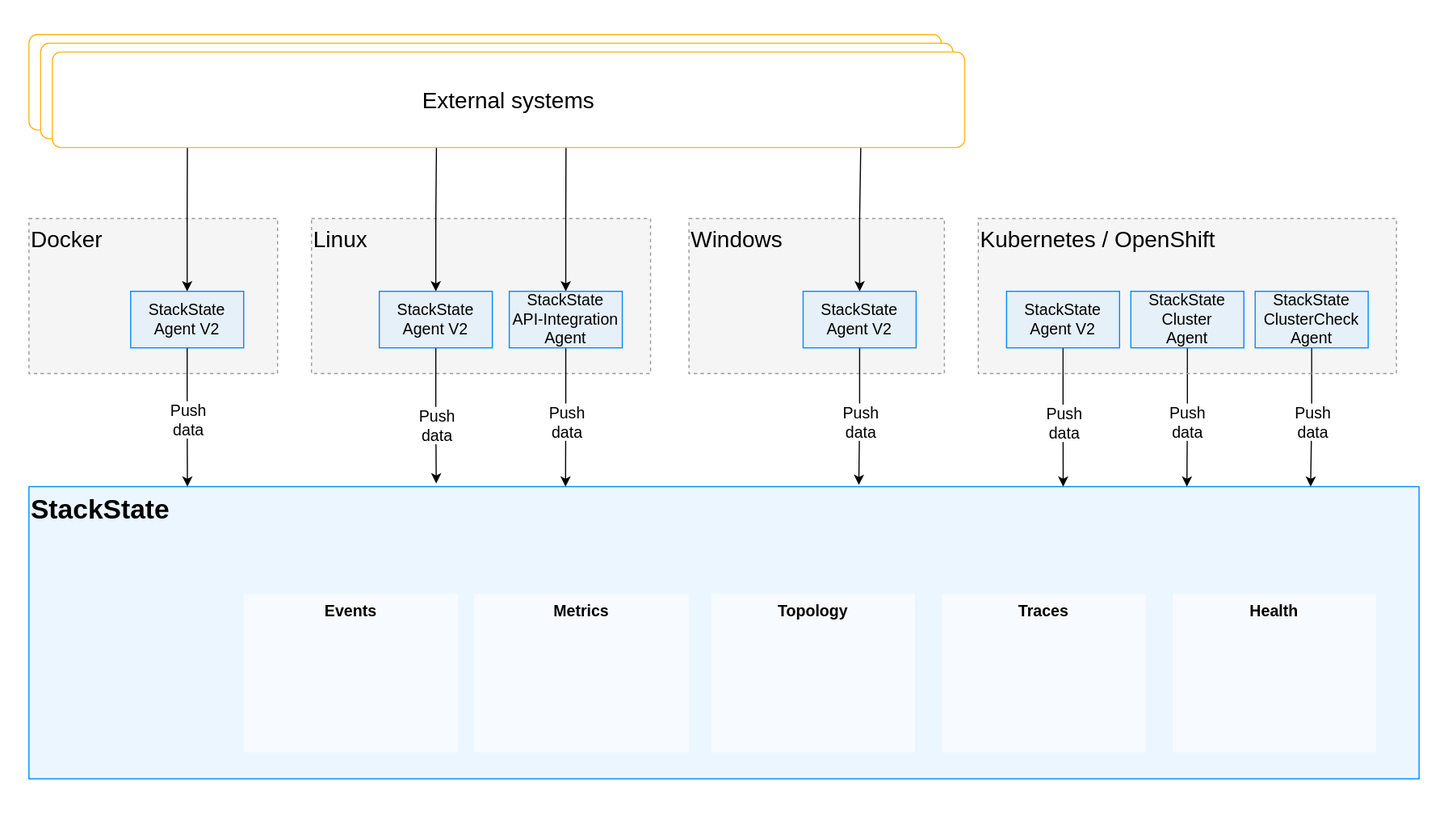
Before: .gitbook/assets/stackstate-agent.svg, a diagram exported from draw.io (StackVista/stackstate-docs). Source tidied: cells renumbered, new cells last; positions are measured from the earlier drawing's top-left corner, leaving out a move shared by most shapes.
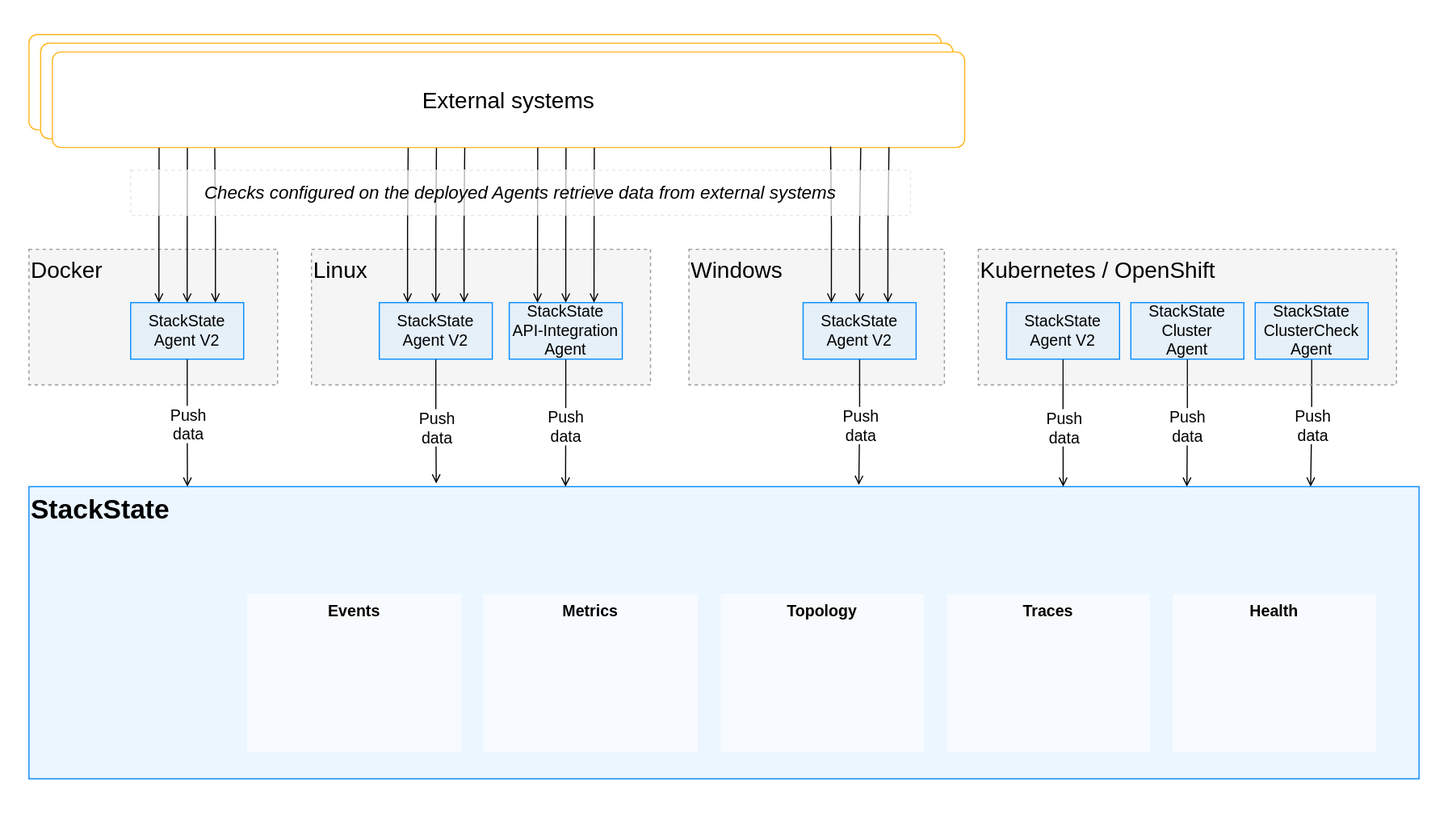
Later version of the same file.

The edit, as a diff of the source:
```diff
@@ -7,3 +7,3 @@
     </mxCell>
-    <mxCell id="3" value="&lt;span style=&quot;font-style: normal&quot;&gt;&lt;font style=&quot;font-size: 24px&quot;&gt;&lt;b&gt;StackState&lt;/b&gt;&lt;/font&gt;&lt;br&gt;&lt;/span&gt;" style="rounded=0;whiteSpace=wrap;html=1;strokeWidth=1;strokeColor=#008AFF;fontStyle=2;fillColor=#CCE8FF;fillOpacity=40;verticalAlign=top;align=left;" parent="1" vertex="1">
+    <mxCell id="3" value="&lt;span style=&quot;font-style: normal&quot;&gt;&lt;font style=&quot;font-size: 24px&quot;&gt;&lt;b&gt;StackState&lt;/b&gt;&lt;/font&gt;&lt;br&gt;&lt;/span&gt;" style="rounded=0;whiteSpace=wrap;html=1;strokeWidth=1;strokeColor=#008AFF;fontStyle=2;fillColor=#CCE8FF;fillOpacity=40;verticalAlign=top;align=left;snapToPoint=0;labelPadding=0;" parent="1" vertex="1">
       <mxGeometry x="25" y="430" width="1230" height="258.5" as="geometry" />
@@ -11,9 +11,9 @@
     <mxCell id="4" value="&lt;b style=&quot;color: rgb(0 , 0 , 0) ; font-family: &amp;#34;helvetica&amp;#34; ; font-style: normal ; letter-spacing: normal ; text-indent: 0px ; text-transform: none ; word-spacing: 0px ; background-color: rgb(248 , 249 , 250)&quot;&gt;&lt;font style=&quot;font-size: 14px&quot;&gt;Topology&lt;/font&gt;&lt;/b&gt;" style="text;whiteSpace=wrap;html=1;fillColor=#ffffff;fillOpacity=60;rounded=0;align=center;" parent="1" vertex="1">
-      <mxGeometry x="629" y="525" width="180" height="140" as="geometry" />
+      <mxGeometry x="637" y="525" width="180" height="140" as="geometry" />
     </mxCell>
     <mxCell id="5" value="&lt;div&gt;&lt;/div&gt;&lt;div style=&quot;font-size: 10px&quot;&gt;&lt;/div&gt;&lt;font face=&quot;helvetica&quot; size=&quot;1&quot;&gt;&lt;b style=&quot;font-size: 14px&quot;&gt;Metrics&lt;/b&gt;&lt;br&gt;&lt;/font&gt;" style="text;whiteSpace=wrap;html=1;fillColor=#ffffff;fillOpacity=60;align=center;verticalAlign=top;" parent="1" vertex="1">
-      <mxGeometry x="419" y="525" width="190" height="140" as="geometry" />
+      <mxGeometry x="427" y="525" width="190" height="140" as="geometry" />
     </mxCell>
     <mxCell id="6" value="&lt;b style=&quot;color: rgb(0 , 0 , 0) ; font-family: &amp;#34;helvetica&amp;#34; ; font-style: normal ; letter-spacing: normal ; text-align: center ; text-indent: 0px ; text-transform: none ; word-spacing: 0px ; background-color: rgb(248 , 249 , 250) ; font-size: 14px&quot;&gt;Events&lt;/b&gt;" style="text;whiteSpace=wrap;html=1;fillColor=#ffffff;fillOpacity=60;align=center;verticalAlign=top;" parent="1" vertex="1">
-      <mxGeometry x="215" y="525" width="190" height="140" as="geometry" />
+      <mxGeometry x="218" y="525" width="190" height="140" as="geometry" />
     </mxCell>
@@ -29,3 +29,3 @@
     <mxCell id="10" value="&lt;b style=&quot;color: rgb(0 , 0 , 0) ; font-family: &amp;#34;helvetica&amp;#34; ; font-style: normal ; letter-spacing: normal ; text-indent: 0px ; text-transform: none ; word-spacing: 0px ; background-color: rgb(248 , 249 , 250)&quot;&gt;&lt;font style=&quot;font-size: 14px&quot;&gt;Traces&lt;/font&gt;&lt;/b&gt;" style="text;whiteSpace=wrap;html=1;fillColor=#ffffff;fillOpacity=60;rounded=0;align=center;" parent="1" vertex="1">
-      <mxGeometry x="833" y="525" width="180" height="140" as="geometry" />
+      <mxGeometry x="837" y="525" width="180" height="140" as="geometry" />
     </mxCell>
@@ -35,11 +35,11 @@
     <mxCell id="12" value="&lt;font style=&quot;font-size: 20px&quot;&gt;Docker&lt;/font&gt;" style="rounded=0;whiteSpace=wrap;html=1;align=left;arcSize=9;verticalAlign=top;strokeColor=#999999;dashed=1;fillColor=#999999;fillOpacity=10;" parent="1" vertex="1">
-      <mxGeometry x="25" y="192.8" width="220" height="137.2" as="geometry" />
+      <mxGeometry x="25" y="220" width="220" height="120" as="geometry" />
     </mxCell>
     <mxCell id="13" value="&lt;font style=&quot;font-size: 20px&quot;&gt;Linux&lt;/font&gt;" style="rounded=0;whiteSpace=wrap;html=1;align=left;arcSize=9;verticalAlign=top;strokeColor=#999999;dashed=1;fillColor=#999999;fillOpacity=10;" parent="1" vertex="1">
-      <mxGeometry x="275" y="192.8" width="300" height="137.2" as="geometry" />
+      <mxGeometry x="275" y="220" width="300" height="120" as="geometry" />
     </mxCell>
     <mxCell id="14" value="&lt;font style=&quot;font-size: 20px&quot;&gt;Windows&lt;/font&gt;" style="rounded=0;whiteSpace=wrap;html=1;align=left;arcSize=9;verticalAlign=top;strokeColor=#999999;dashed=1;fillColor=#999999;fillOpacity=10;" parent="1" vertex="1">
-      <mxGeometry x="609" y="192.8" width="226" height="137.2" as="geometry" />
+      <mxGeometry x="609" y="220" width="226" height="120" as="geometry" />
     </mxCell>
-    <mxCell id="15" style="edgeStyle=orthogonalEdgeStyle;rounded=0;jettySize=auto;html=1;entryX=0.597;entryY=-0.006;entryDx=0;entryDy=0;entryPerimeter=0;" parent="1" edge="1" source="18" target="3">
+    <mxCell id="15" style="edgeStyle=orthogonalEdgeStyle;rounded=0;jettySize=auto;html=1;entryX=0.597;entryY=-0.006;entryDx=0;entryDy=0;entryPerimeter=0;endArrow=open;endFill=0;" parent="1" edge="1" source="18" target="3">
       <mxGeometry relative="1" as="geometry" />
@@ -51,3 +51,3 @@
     </mxCell>
-    <mxCell id="17" style="edgeStyle=orthogonalEdgeStyle;rounded=0;jettySize=auto;html=1;exitX=0.5;exitY=0;exitDx=0;exitDy=0;startArrow=classic;startFill=1;endArrow=none;endFill=0;" parent="1" edge="1" source="18">
+    <mxCell id="17" style="edgeStyle=orthogonalEdgeStyle;rounded=0;jettySize=auto;html=1;exitX=0.5;exitY=0;exitDx=0;exitDy=0;startArrow=open;startFill=0;endArrow=none;endFill=0;" parent="1" edge="1" source="18">
       <mxGeometry relative="1" as="geometry">
@@ -57,5 +57,5 @@
     <mxCell id="18" value="&lt;span style=&quot;font-style: normal&quot;&gt;&lt;font style=&quot;font-size: 14px&quot;&gt;StackState&lt;br&gt;Agent V2&lt;/font&gt;&lt;/span&gt;" style="rounded=0;whiteSpace=wrap;html=1;strokeWidth=1;strokeColor=#008AFF;fontStyle=2;fillColor=#CCE8FF;fillOpacity=40;" parent="1" vertex="1">
-      <mxGeometry x="710" y="257.2" width="100" height="50" as="geometry" />
+      <mxGeometry x="710" y="267.2" width="100" height="50" as="geometry" />
     </mxCell>
-    <mxCell id="19" style="edgeStyle=orthogonalEdgeStyle;rounded=0;jettySize=auto;html=1;exitX=0.5;exitY=1;exitDx=0;exitDy=0;entryX=0.293;entryY=-0.011;entryDx=0;entryDy=0;entryPerimeter=0;" parent="1" edge="1" source="22" target="3">
+    <mxCell id="19" style="edgeStyle=orthogonalEdgeStyle;rounded=0;jettySize=auto;html=1;exitX=0.5;exitY=1;exitDx=0;exitDy=0;entryX=0.293;entryY=-0.011;entryDx=0;entryDy=0;entryPerimeter=0;endArrow=open;endFill=0;" parent="1" edge="1" source="22" target="3">
       <mxGeometry relative="1" as="geometry" />
@@ -67,3 +67,3 @@
     </mxCell>
-    <mxCell id="21" style="edgeStyle=orthogonalEdgeStyle;rounded=0;jettySize=auto;html=1;exitX=0.5;exitY=0;exitDx=0;exitDy=0;entryX=0.421;entryY=0.998;entryDx=0;entryDy=0;entryPerimeter=0;startArrow=classic;startFill=1;endArrow=none;endFill=0;" parent="1" edge="1" source="22" target="40">
+    <mxCell id="21" style="edgeStyle=orthogonalEdgeStyle;rounded=0;jettySize=auto;html=1;exitX=0.5;exitY=0;exitDx=0;exitDy=0;entryX=0.421;entryY=0.998;entryDx=0;entryDy=0;entryPerimeter=0;startArrow=open;startFill=0;endArrow=none;endFill=0;" parent="1" edge="1" source="22" target="40">
       <mxGeometry relative="1" as="geometry" />
@@ -71,5 +71,5 @@
     <mxCell id="22" value="&lt;span style=&quot;font-style: normal&quot;&gt;&lt;font style=&quot;font-size: 14px&quot;&gt;StackState&lt;br&gt;Agent V2&lt;/font&gt;&lt;/span&gt;" style="rounded=0;whiteSpace=wrap;html=1;strokeWidth=1;strokeColor=#008AFF;fontStyle=2;fillColor=#CCE8FF;fillOpacity=40;" parent="1" vertex="1">
-      <mxGeometry x="335" y="257.2" width="100" height="50" as="geometry" />
+      <mxGeometry x="335" y="267.2" width="100" height="50" as="geometry" />
     </mxCell>
-    <mxCell id="23" style="edgeStyle=orthogonalEdgeStyle;rounded=0;jettySize=auto;html=1;entryX=0.386;entryY=0;entryDx=0;entryDy=0;entryPerimeter=0;" parent="1" edge="1" source="26" target="3">
+    <mxCell id="23" style="edgeStyle=orthogonalEdgeStyle;rounded=0;jettySize=auto;html=1;entryX=0.386;entryY=0;entryDx=0;entryDy=0;entryPerimeter=0;endArrow=open;endFill=0;" parent="1" edge="1" source="26" target="3">
       <mxGeometry relative="1" as="geometry" />
@@ -81,3 +81,3 @@
     </mxCell>
-    <mxCell id="25" style="edgeStyle=orthogonalEdgeStyle;rounded=0;jettySize=auto;html=1;exitX=0.5;exitY=0;exitDx=0;exitDy=0;startArrow=classic;startFill=1;endArrow=none;endFill=0;entryX=0.563;entryY=1;entryDx=0;entryDy=0;entryPerimeter=0;" parent="1" edge="1" source="26" target="40">
+    <mxCell id="25" style="edgeStyle=orthogonalEdgeStyle;rounded=0;jettySize=auto;html=1;exitX=0.5;exitY=0;exitDx=0;exitDy=0;startArrow=open;startFill=0;endArrow=none;endFill=0;entryX=0.563;entryY=1;entryDx=0;entryDy=0;entryPerimeter=0;" parent="1" edge="1" source="26" target="40">
       <mxGeometry relative="1" as="geometry" />
@@ -85,5 +85,5 @@
     <mxCell id="26" value="&lt;span style=&quot;font-size: 14px ; font-style: normal&quot;&gt;StackState&lt;br&gt;API-Integration Agent&lt;/span&gt;" style="rounded=0;whiteSpace=wrap;html=1;strokeWidth=1;strokeColor=#008AFF;fontStyle=2;fillColor=#CCE8FF;fillOpacity=40;" parent="1" vertex="1">
-      <mxGeometry x="450" y="257.2" width="100" height="50" as="geometry" />
+      <mxGeometry x="450" y="267.2" width="100" height="50" as="geometry" />
     </mxCell>
-    <mxCell id="27" style="edgeStyle=orthogonalEdgeStyle;rounded=0;jettySize=auto;html=1;entryX=0.114;entryY=0;entryDx=0;entryDy=0;entryPerimeter=0;" parent="1" edge="1" source="30" target="3">
+    <mxCell id="27" style="edgeStyle=orthogonalEdgeStyle;rounded=0;jettySize=auto;html=1;entryX=0.114;entryY=0;entryDx=0;entryDy=0;entryPerimeter=0;endArrow=open;endFill=0;" parent="1" edge="1" source="30" target="3">
       <mxGeometry relative="1" as="geometry" />
@@ -95,3 +95,3 @@
     </mxCell>
-    <mxCell id="29" style="edgeStyle=orthogonalEdgeStyle;rounded=0;jettySize=auto;html=1;exitX=0.5;exitY=0;exitDx=0;exitDy=0;endArrow=none;endFill=0;startArrow=classic;startFill=1;entryX=0.148;entryY=1;entryDx=0;entryDy=0;entryPerimeter=0;" parent="1" edge="1" source="30" target="40">
+    <mxCell id="29" style="edgeStyle=orthogonalEdgeStyle;rounded=0;jettySize=auto;html=1;exitX=0.5;exitY=0;exitDx=0;exitDy=0;endArrow=none;endFill=0;startArrow=open;startFill=0;entryX=0.148;entryY=1;entryDx=0;entryDy=0;entryPerimeter=0;" parent="1" edge="1" source="30" target="40">
       <mxGeometry relative="1" as="geometry" />
@@ -99,5 +99,5 @@
     <mxCell id="30" value="&lt;span style=&quot;font-style: normal&quot;&gt;&lt;font style=&quot;font-size: 14px&quot;&gt;StackState&lt;br&gt;Agent V2&lt;/font&gt;&lt;/span&gt;" style="rounded=0;whiteSpace=wrap;html=1;strokeWidth=1;strokeColor=#008AFF;fontStyle=2;fillColor=#CCE8FF;fillOpacity=40;" parent="1" vertex="1">
-      <mxGeometry x="115" y="257.2" width="100" height="50" as="geometry" />
+      <mxGeometry x="115" y="267.2" width="100" height="50" as="geometry" />
     </mxCell>
-    <mxCell id="31" style="edgeStyle=orthogonalEdgeStyle;rounded=0;jettySize=auto;html=1;entryX=0.744;entryY=0;entryDx=0;entryDy=0;entryPerimeter=0;" parent="1" edge="1" source="43" target="3">
+    <mxCell id="31" style="edgeStyle=orthogonalEdgeStyle;rounded=0;jettySize=auto;html=1;entryX=0.744;entryY=0;entryDx=0;entryDy=0;entryPerimeter=0;endArrow=open;endFill=0;" parent="1" edge="1" source="43" target="3">
       <mxGeometry relative="1" as="geometry" />
@@ -109,3 +109,3 @@
     </mxCell>
-    <mxCell id="33" style="edgeStyle=orthogonalEdgeStyle;rounded=0;jettySize=auto;html=1;exitX=0.5;exitY=1;exitDx=0;exitDy=0;entryX=0.833;entryY=0;entryDx=0;entryDy=0;entryPerimeter=0;" parent="1" edge="1" source="44" target="3">
+    <mxCell id="33" style="edgeStyle=orthogonalEdgeStyle;rounded=0;jettySize=auto;html=1;exitX=0.5;exitY=1;exitDx=0;exitDy=0;entryX=0.833;entryY=0;entryDx=0;entryDy=0;entryPerimeter=0;endArrow=open;endFill=0;" parent="1" edge="1" source="44" target="3">
       <mxGeometry relative="1" as="geometry" />
@@ -117,3 +117,3 @@
     </mxCell>
-    <mxCell id="35" style="edgeStyle=orthogonalEdgeStyle;rounded=0;jettySize=auto;html=1;entryX=0.922;entryY=0;entryDx=0;entryDy=0;entryPerimeter=0;" parent="1" edge="1" source="45" target="3">
+    <mxCell id="35" style="edgeStyle=orthogonalEdgeStyle;rounded=0;jettySize=auto;html=1;entryX=0.922;entryY=0;entryDx=0;entryDy=0;entryPerimeter=0;endArrow=open;endFill=0;" parent="1" edge="1" source="45" target="3">
       <mxGeometry relative="1" as="geometry" />
@@ -138,6 +138,6 @@
     <mxCell id="41" value="&lt;font style=&quot;font-size: 20px&quot;&gt;Kubernetes / OpenShift&lt;/font&gt;" style="rounded=0;whiteSpace=wrap;html=1;align=left;arcSize=9;verticalAlign=top;strokeColor=#999999;dashed=1;fillColor=#999999;fillOpacity=10;" parent="1" vertex="1">
-      <mxGeometry x="865" y="192.8" width="370" height="137.2" as="geometry" />
+      <mxGeometry x="865" y="220" width="370" height="120" as="geometry" />
     </mxCell>
     <mxCell id="42" style="group;" parent="1" vertex="1">
-      <mxGeometry x="890" y="257.2" width="320" height="50" as="geometry" />
+      <mxGeometry x="890" y="267.2" width="320" height="50" as="geometry" />
     </mxCell>
@@ -152,2 +152,29 @@
     </mxCell>
+    <mxCell id="46" style="edgeStyle=orthogonalEdgeStyle;rounded=0;jettySize=auto;html=1;exitX=0.75;exitY=0;exitDx=0;exitDy=0;endArrow=none;endFill=0;startArrow=open;startFill=0;entryX=0.178;entryY=1.007;entryDx=0;entryDy=0;entryPerimeter=0;" parent="1" edge="1" source="30" target="40">
+      <mxGeometry relative="1" as="geometry" />
+    </mxCell>
+    <mxCell id="47" style="edgeStyle=orthogonalEdgeStyle;rounded=0;jettySize=auto;html=1;exitX=0.25;exitY=0;exitDx=0;exitDy=0;endArrow=none;endFill=0;startArrow=open;startFill=0;entryX=0.117;entryY=1.004;entryDx=0;entryDy=0;entryPerimeter=0;" parent="1" edge="1" source="30" target="40">
+      <mxGeometry relative="1" as="geometry" />
+    </mxCell>
+    <mxCell id="48" style="edgeStyle=orthogonalEdgeStyle;rounded=0;jettySize=auto;html=1;exitX=0.25;exitY=0;exitDx=0;exitDy=0;endArrow=none;endFill=0;startArrow=open;startFill=0;entryX=0.39;entryY=1.004;entryDx=0;entryDy=0;entryPerimeter=0;" parent="1" edge="1" source="22" target="40">
+      <mxGeometry relative="1" as="geometry" />
+    </mxCell>
+    <mxCell id="49" style="edgeStyle=orthogonalEdgeStyle;rounded=0;jettySize=auto;html=1;exitX=0.75;exitY=0;exitDx=0;exitDy=0;endArrow=none;endFill=0;startArrow=open;startFill=0;entryX=0.452;entryY=1.004;entryDx=0;entryDy=0;entryPerimeter=0;" parent="1" edge="1" source="22" target="40">
+      <mxGeometry relative="1" as="geometry" />
+    </mxCell>
+    <mxCell id="50" style="edgeStyle=orthogonalEdgeStyle;rounded=0;jettySize=auto;html=1;exitX=0.25;exitY=0;exitDx=0;exitDy=0;endArrow=none;endFill=0;startArrow=open;startFill=0;entryX=0.532;entryY=1.001;entryDx=0;entryDy=0;entryPerimeter=0;" parent="1" edge="1" source="26" target="40">
+      <mxGeometry relative="1" as="geometry" />
+    </mxCell>
+    <mxCell id="51" style="edgeStyle=orthogonalEdgeStyle;rounded=0;jettySize=auto;html=1;exitX=0.75;exitY=0;exitDx=0;exitDy=0;endArrow=none;endFill=0;startArrow=open;startFill=0;entryX=0.594;entryY=1.004;entryDx=0;entryDy=0;entryPerimeter=0;" parent="1" edge="1" source="26" target="40">
+      <mxGeometry relative="1" as="geometry" />
+    </mxCell>
+    <mxCell id="52" style="edgeStyle=orthogonalEdgeStyle;rounded=0;jettySize=auto;html=1;exitX=0.75;exitY=0;exitDx=0;exitDy=0;startArrow=open;startFill=0;endArrow=none;endFill=0;entryX=0.917;entryY=0.997;entryDx=0;entryDy=0;entryPerimeter=0;" parent="1" edge="1" source="18" target="40">
+      <mxGeometry relative="1" as="geometry" />
+    </mxCell>
+    <mxCell id="53" style="edgeStyle=orthogonalEdgeStyle;rounded=0;jettySize=auto;html=1;exitX=0.25;exitY=0;exitDx=0;exitDy=0;startArrow=open;startFill=0;endArrow=none;endFill=0;entryX=0.853;entryY=0.991;entryDx=0;entryDy=0;entryPerimeter=0;" parent="1" edge="1" source="18" target="40">
+      <mxGeometry relative="1" as="geometry" />
+    </mxCell>
+    <mxCell id="54" value="&lt;i&gt;&lt;font style=&quot;font-size: 16px&quot;&gt;Checks configured on the deployed Agents retrieve data from external systems&lt;/font&gt;&lt;/i&gt;" style="text;html=1;align=center;verticalAlign=middle;whiteSpace=wrap;rounded=0;dashed=1;fillColor=#ffffff;fillOpacity=70;strokeColor=#E6E6E6;" parent="1" vertex="1">
+      <mxGeometry x="115" y="150" width="690" height="40" as="geometry" />
+    </mxCell>
   </root>
```
